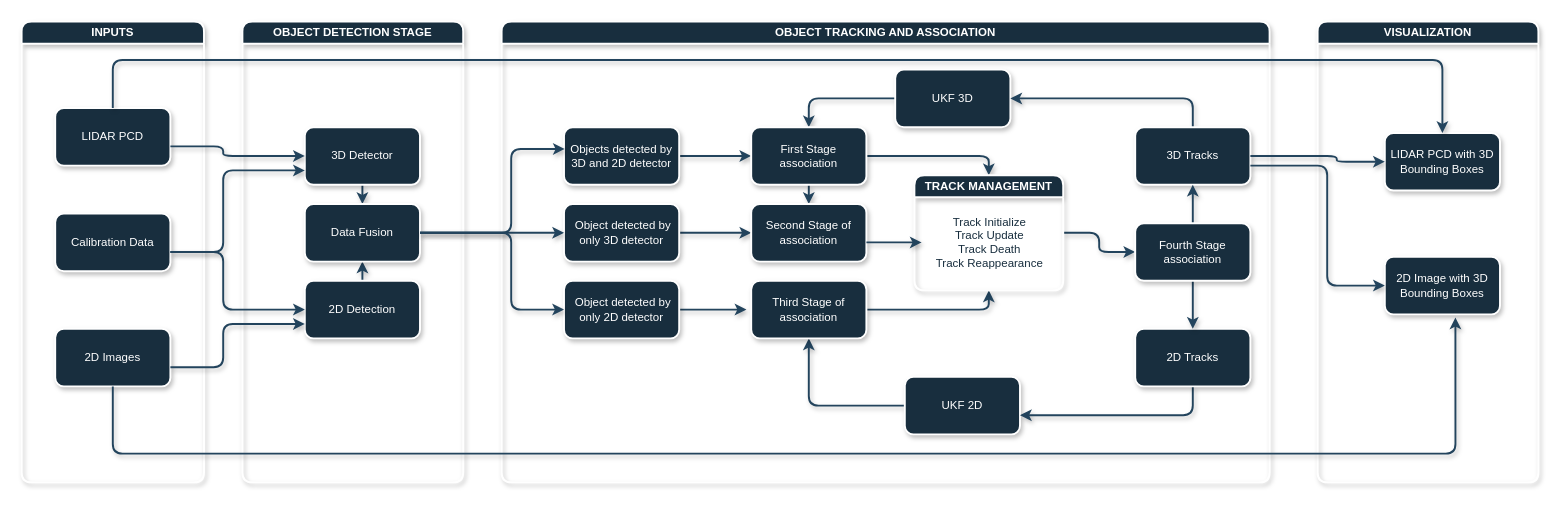
Above: Untitled Diagram.drawio in srinuSDV/jenkinsdemo (draw.io), before the change. Source tidied: cells renumbered, new cells numbered last; positions are measured from the earlier drawing's top-left corner, leaving out a move shared by most shapes. Both pictures are drawn from the tidied source at 96%, with x=0, y=0 at pixel (21, 21).
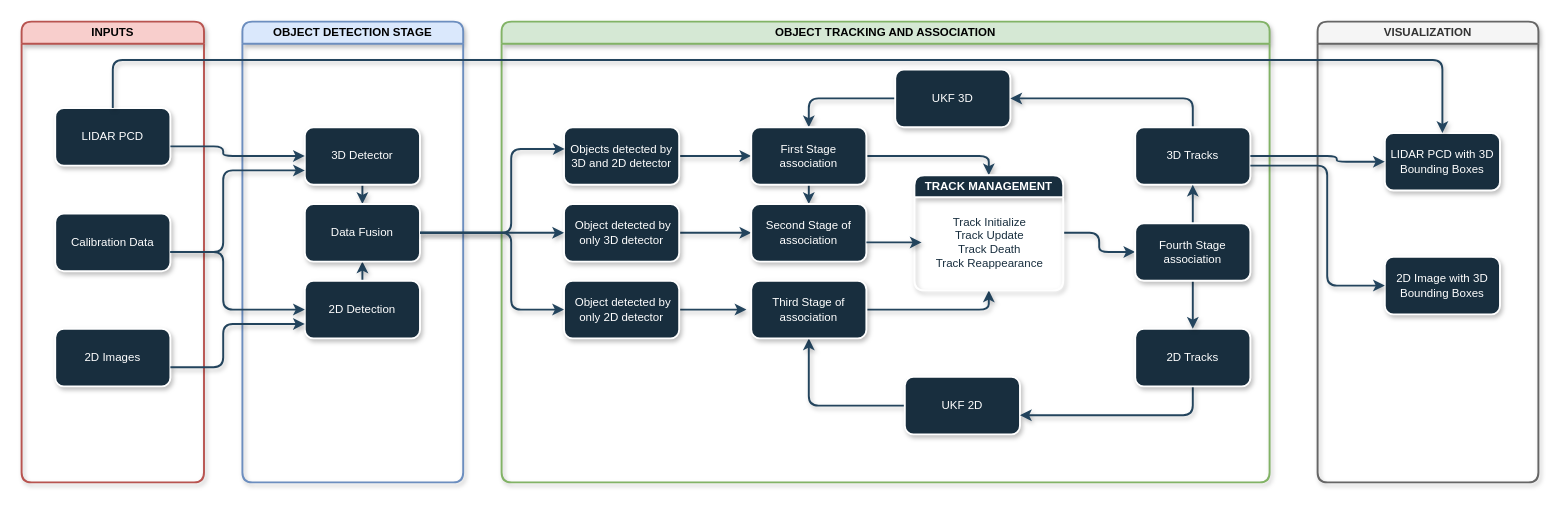
After the change.

The change refers to these unchanged cells:
```xml
<mxCell id="4" value="2D Images" style="rounded=1;whiteSpace=wrap;html=1;labelBackgroundColor=none;strokeWidth=2;shadow=1;fillColor=#182E3E;strokeColor=#FFFFFF;fontColor=#FFFFFF;" parent="2" vertex="1">
  <mxGeometry x="35" y="320" width="120" height="60" as="geometry" />
</mxCell>
<mxCell id="49" value="2D Image with 3D Bounding Boxes" style="rounded=1;whiteSpace=wrap;html=1;labelBackgroundColor=none;strokeWidth=2;shadow=1;fillColor=#182E3E;strokeColor=#FFFFFF;fontColor=#FFFFFF;" parent="47" vertex="1">
  <mxGeometry x="70" y="245" width="120" height="60" as="geometry" />
</mxCell>
```

Diff of the diagram source:
```diff
@@
-    <mxCell id="2" value="INPUTS" style="swimlane;whiteSpace=wrap;html=1;labelBackgroundColor=none;rounded=1;strokeWidth=2;shadow=1;fillColor=#182E3E;strokeColor=#FFFFFF;fontColor=#FFFFFF;" parent="1" vertex="1">
+    <mxCell id="2" value="INPUTS" style="swimlane;whiteSpace=wrap;html=1;labelBackgroundColor=none;rounded=1;strokeWidth=2;shadow=1;fillColor=#f8cecc;strokeColor=#b85450;" parent="1" vertex="1">
       <mxGeometry width="190" height="480" as="geometry" />
     </mxCell>
@@
-    <mxCell id="6" value="OBJECT DETECTION STAGE" style="swimlane;whiteSpace=wrap;html=1;labelBackgroundColor=none;rounded=1;strokeWidth=2;shadow=1;fillColor=#182E3E;strokeColor=#FFFFFF;fontColor=#FFFFFF;" parent="1" vertex="1">
+    <mxCell id="6" value="OBJECT DETECTION STAGE" style="swimlane;whiteSpace=wrap;html=1;labelBackgroundColor=none;rounded=1;strokeWidth=2;shadow=1;fillColor=#dae8fc;strokeColor=#6c8ebf;" parent="1" vertex="1">
       <mxGeometry x="230" width="230" height="480" as="geometry" />
     </mxCell>
@@
-    <mxCell id="16" value="OBJECT TRACKING AND ASSOCIATION" style="swimlane;whiteSpace=wrap;html=1;labelBackgroundColor=none;rounded=1;strokeWidth=2;shadow=1;fillColor=#182E3E;strokeColor=#FFFFFF;fontColor=#FFFFFF;" parent="1" vertex="1">
+    <mxCell id="16" value="OBJECT TRACKING AND ASSOCIATION" style="swimlane;whiteSpace=wrap;html=1;labelBackgroundColor=none;rounded=1;strokeWidth=2;shadow=1;fillColor=#d5e8d4;strokeColor=#82b366;" parent="1" vertex="1">
       <mxGeometry x="500" width="800" height="480" as="geometry" />
     </mxCell>
@@
-    <mxCell id="47" value="VISUALIZATION" style="swimlane;whiteSpace=wrap;html=1;labelBackgroundColor=none;rounded=1;strokeWidth=2;shadow=1;fillColor=#182E3E;strokeColor=#FFFFFF;fontColor=#FFFFFF;" parent="1" vertex="1">
+    <mxCell id="47" value="VISUALIZATION" style="swimlane;whiteSpace=wrap;html=1;labelBackgroundColor=none;rounded=1;strokeWidth=2;shadow=1;fillColor=#f5f5f5;strokeColor=#666666;fontColor=#333333;" parent="1" vertex="1">
       <mxGeometry x="1350" width="230" height="480" as="geometry" />
     </mxCell>
@@
-    <mxCell id="52" style="edgeStyle=orthogonalEdgeStyle;rounded=1;jettySize=auto;html=1;entryX=0.613;entryY=1.053;entryDx=0;entryDy=0;entryPerimeter=0;labelBackgroundColor=none;fontColor=default;strokeWidth=2;shadow=1;strokeColor=#23445D;" parent="1" edge="1" source="4" target="49">
-      <mxGeometry relative="1" as="geometry">
-        <Array as="points">
-          <mxPoint x="95" y="450" />
-          <mxPoint x="1494" y="450" />
-        </Array>
-      </mxGeometry>
-    </mxCell>
```
